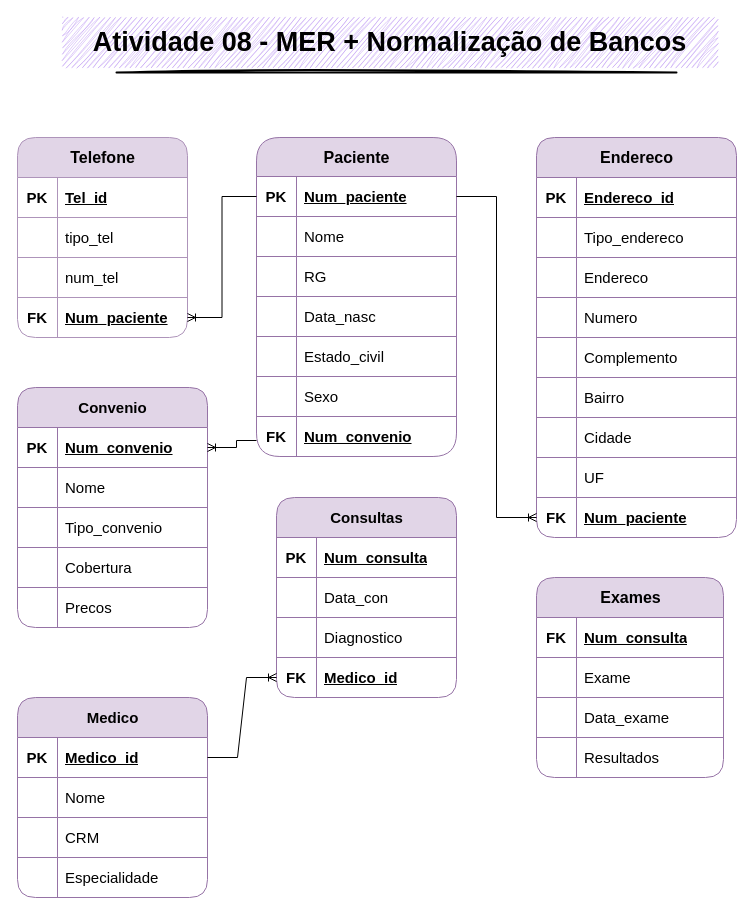
Before: Atividade 08/Atividade08.drawio in stxrkwas/BD-I, a draw.io diagram. Source tidied: cells renumbered, new cells numbered last; positions are measured from the earlier drawing's top-left corner, leaving out a move shared by most shapes. Both pictures are drawn from the tidied source at 100%, with x=0, y=0 at pixel (17, 17).
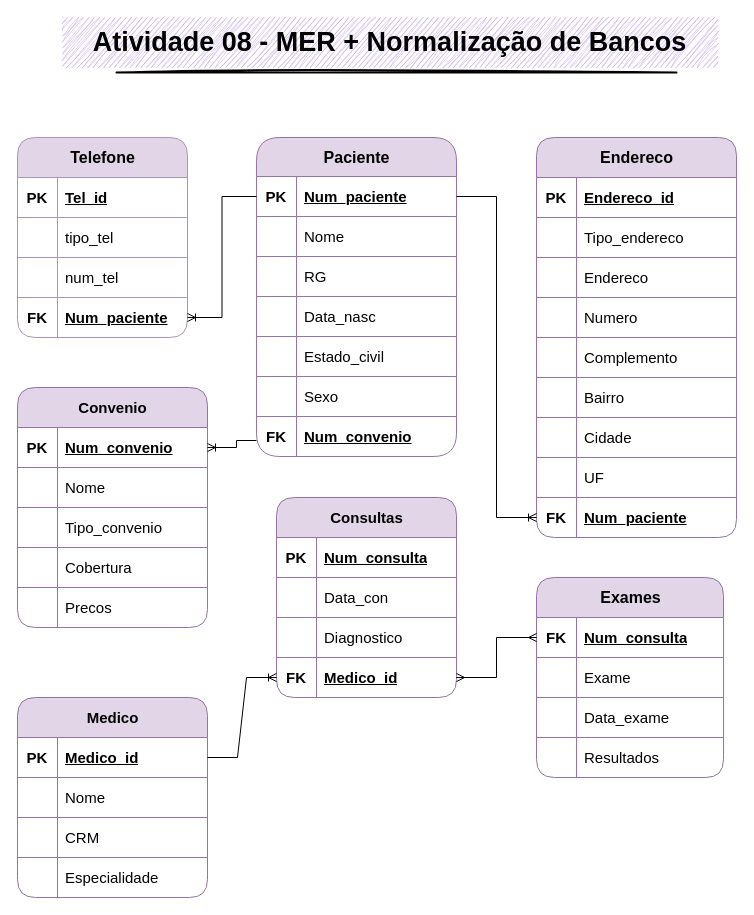
The same page after the edit.

Unchanged cells that the change refers to:
```xml
<mxCell id="93" style="shape=tableRow;horizontal=0;startSize=0;swimlaneHead=0;swimlaneBody=0;fillColor=none;points=[[0,0.5],[1,0.5]];portConstraint=eastwest;top=1;left=0;right=0;bottom=0;fontSize=15;fontFamily=Poppins;strokeColor=#9673a6;" parent="83" vertex="1">
  <mxGeometry y="160" width="180" height="40" as="geometry" />
</mxCell>
<mxCell id="97" style="shape=tableRow;horizontal=0;startSize=0;swimlaneHead=0;swimlaneBody=0;fillColor=none;points=[[0,0.5],[1,0.5]];portConstraint=eastwest;top=0;left=0;right=0;bottom=1;strokeColor=#9673a6;fontFamily=Poppins;fontSize=15;" parent="96" vertex="1">
  <mxGeometry y="40" width="187" height="40" as="geometry" />
</mxCell>
```

What changed in the source:
```diff
@@
+    <mxCell id="126" style="edgeStyle=elbowEdgeStyle;fontSize=12;html=1;endArrow=ERmany;startArrow=ERmany;rounded=0;exitX=1;exitY=0.5;exitDx=0;exitDy=0;entryX=0;entryY=0.5;entryDx=0;entryDy=0;" parent="1" edge="1" source="93" target="97">
+      <mxGeometry relative="1" as="geometry" />
+    </mxCell>
```
